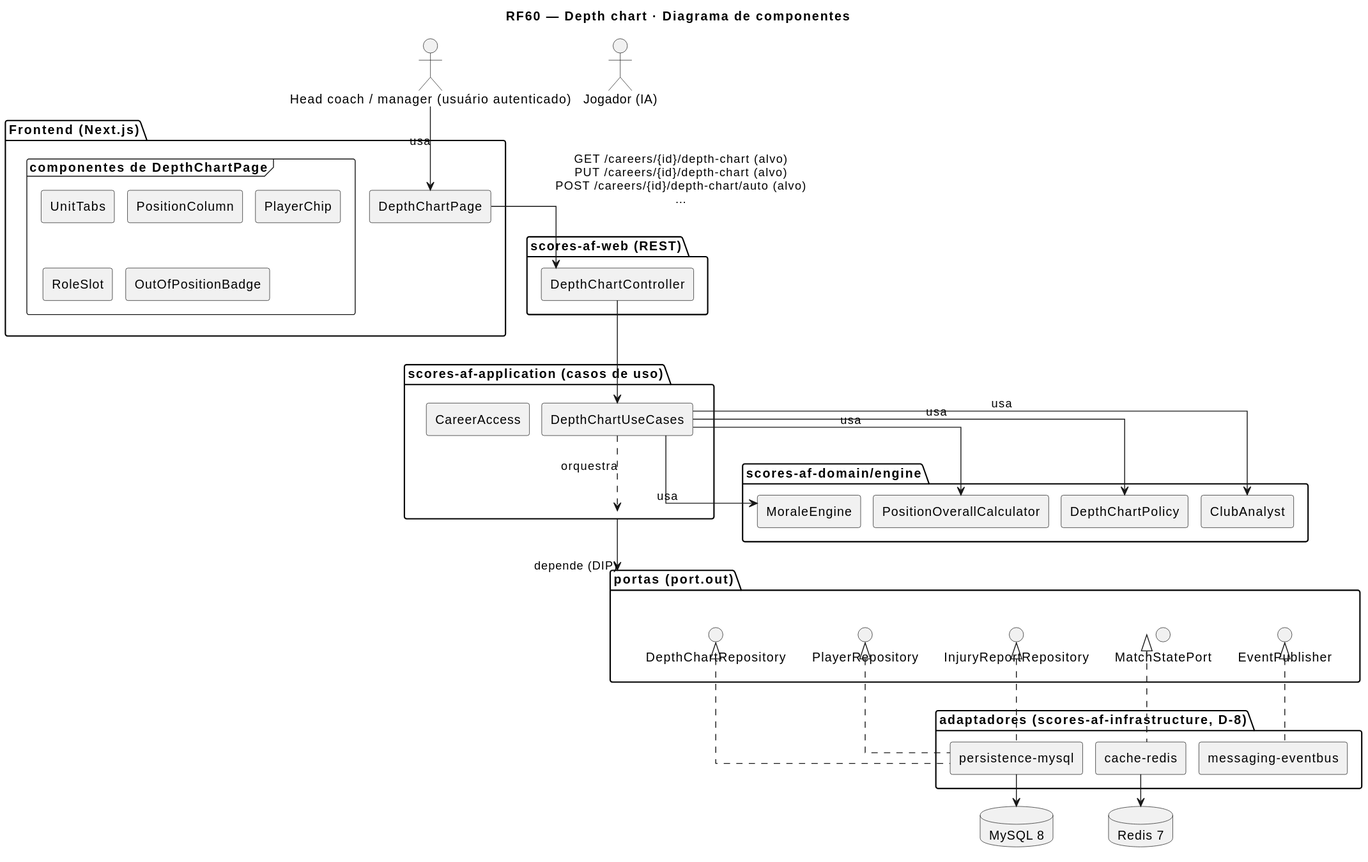
Before: docs/RF60/RF60-cmp.svg, a diagram exported from PlantUML (MatheusHaliski/Scores-American-Football). The source it was exported from:
```plantuml
@startuml
title RF60 — Depth chart · Diagrama de componentes
skinparam componentStyle rectangle
skinparam linetype ortho
skinparam nodesep 14
skinparam ranksep 36
actor "Head coach / manager (usuário autenticado)" as c1
actor "Jogador (IA)" as c2
package "Frontend (Next.js)" as pkg_fe {
  component "DepthChartPage" as c3
  frame "componentes de DepthChartPage" as pkg_fe_sub {
    component "UnitTabs" as c4
    component "PositionColumn" as c5
    component "PlayerChip" as c6
    component "RoleSlot" as c7
    component "OutOfPositionBadge" as c8
  }
}
package "scores-af-web (REST)" as pkg_web {
  component "DepthChartController" as c9
}
package "scores-af-application (casos de uso)" as pkg_app {
  component "DepthChartUseCases" as c10
  component "CareerAccess" as c11
}
package "scores-af-domain/engine" as pkg_eng {
  component "ClubAnalyst" as c12
  component "DepthChartPolicy" as c13
  component "PositionOverallCalculator" as c14
  component "MoraleEngine" as c15
}
package "portas (port.out)" as pkg_ports {
  interface "DepthChartRepository" as c16
  interface "PlayerRepository" as c17
  interface "InjuryReportRepository" as c18
  interface "MatchStatePort" as c19
  interface "EventPublisher" as c20
}
package "adaptadores (scores-af-infrastructure, D-8)" as pkg_ad {
  component "persistence-mysql" as c21
  component "cache-redis" as c22
  component "messaging-eventbus" as c23
}
database "MySQL 8" as s1
database "Redis 7" as s2
c1 --> c3 : usa
c3 --> c9 : GET /careers/{id}/depth-chart (alvo)\nPUT /careers/{id}/depth-chart (alvo)\nPOST /careers/{id}/depth-chart/auto (alvo)\n…
c9 --> c10
c10 ..> pkg_app : orquestra
c10 --> c12 : usa
c10 --> c13 : usa
c10 --> c14 : usa
c10 --> c15 : usa
pkg_app --> pkg_ports : depende (DIP)
c21 .up.|> c16
c21 .up.|> c17
c21 .up.|> c18
c22 .up.|> c19
c23 .up.|> c20
c21 --> s1
c22 --> s2
@enduml
```
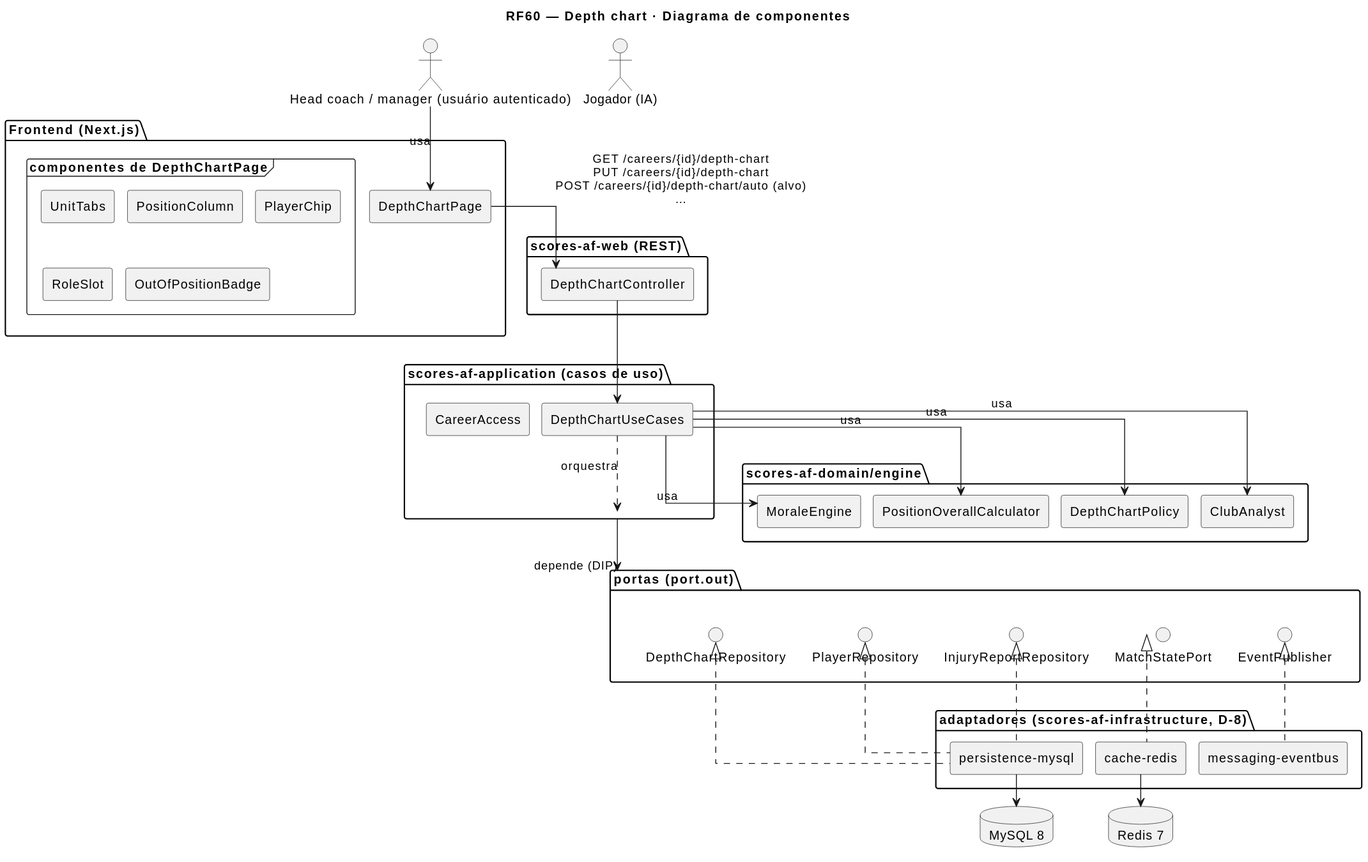
After the commit.

Diff of the diagram source:
```diff
@@ -44,7 +44,7 @@
 database "MySQL 8" as s1
 database "Redis 7" as s2
 c1 --> c3 : usa
-c3 --> c9 : GET /careers/{id}/depth-chart (alvo)\nPUT /careers/{id}/depth-chart (alvo)\nPOST /careers/{id}/depth-chart/auto (alvo)\n…
+c3 --> c9 : GET /careers/{id}/depth-chart\nPUT /careers/{id}/depth-chart\nPOST /careers/{id}/depth-chart/auto (alvo)\n…
 c9 --> c10
 c10 ..> pkg_app : orquestra
 c10 --> c12 : usa
```
